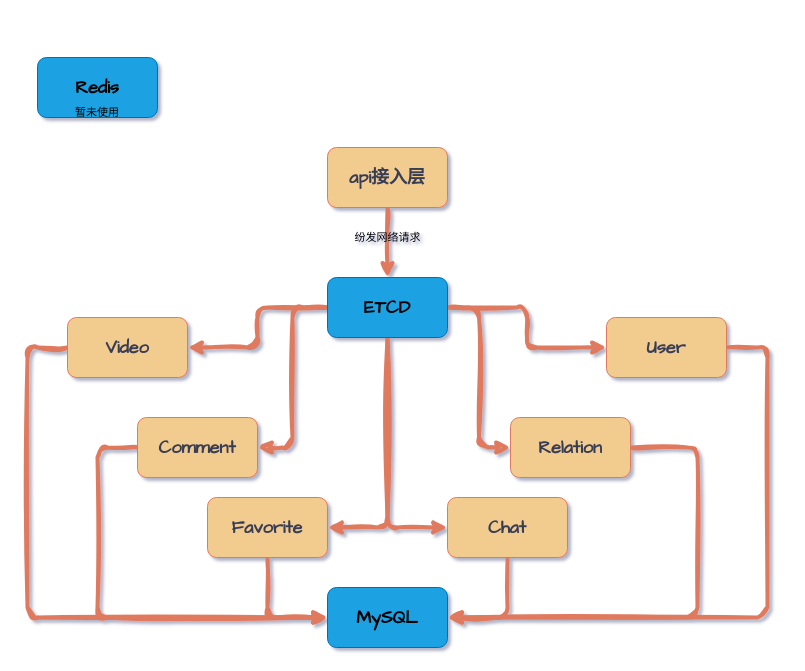
This is draw.io/doumusic架构图.drawio from KeatonLi/pictures, a draw.io file, before an edit. Source tidied: cells renumbered, new cells numbered last; positions are measured from the earlier drawing's top-left corner, leaving out a move shared by most shapes. Both pictures are drawn from the tidied source at 100%, with x=0, y=0 at pixel (27, 57).
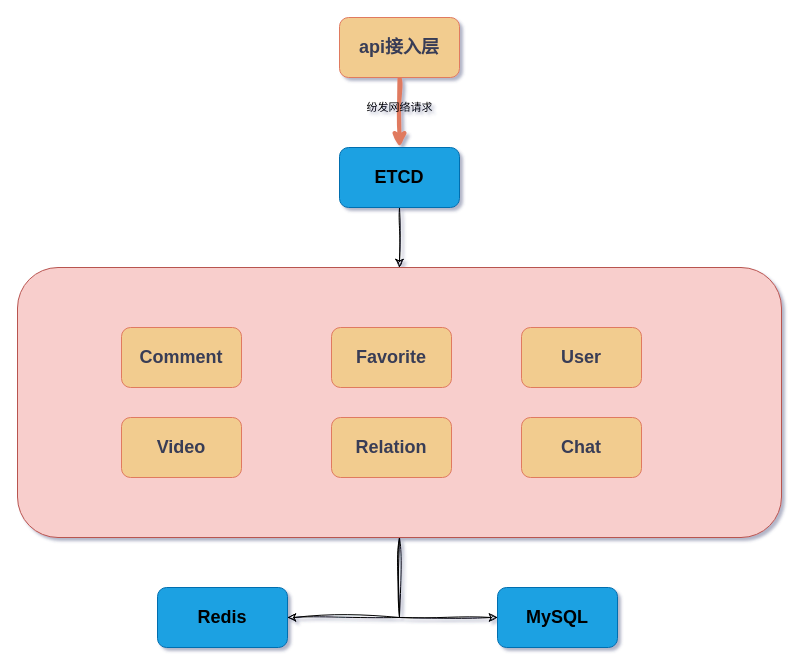
Above is the later version.

Commit message:
更新doumusic架构图.drawio

Change to the diagram source:
```diff
@@
+    <mxCell id="26" style="edgeStyle=orthogonalEdgeStyle;rounded=0;sketch=1;hachureGap=4;jiggle=2;curveFitting=1;jettySize=auto;html=1;entryX=1;entryY=0.5;entryDx=0;entryDy=0;fontFamily=Helvetica;fontSize=16;" parent="1" edge="1" source="28" target="24">
+      <mxGeometry relative="1" as="geometry" />
+    </mxCell>
+    <mxCell id="27" style="edgeStyle=orthogonalEdgeStyle;rounded=0;sketch=1;hachureGap=4;jiggle=2;curveFitting=1;jettySize=auto;html=1;entryX=0;entryY=0.5;entryDx=0;entryDy=0;fontFamily=Helvetica;fontSize=16;" parent="1" edge="1" source="28" target="17">
+      <mxGeometry relative="1" as="geometry" />
+    </mxCell>
+    <mxCell id="28" style="rounded=1;whiteSpace=wrap;html=1;hachureGap=4;fontFamily=Helvetica;fontSize=20;fillColor=#f8cecc;strokeColor=#b85450;" parent="1" vertex="1">
+      <mxGeometry x="-10" y="210" width="764" height="270" as="geometry" />
+    </mxCell>
@@
-    <mxCell id="3" value="&lt;h2&gt;&lt;font face=&quot;Architects Daughter&quot;&gt;api接入层&lt;/font&gt;&lt;/h2&gt;" style="rounded=1;whiteSpace=wrap;html=1;strokeColor=#E07A5F;fontFamily=Verdana;fontColor=#393C56;fillColor=#F2CC8F;labelBorderColor=none;" parent="1" vertex="1">
-      <mxGeometry x="300" y="90" width="120" height="60" as="geometry" />
+    <mxCell id="3" value="&lt;h2&gt;&lt;font&gt;api接入层&lt;/font&gt;&lt;/h2&gt;" style="rounded=1;whiteSpace=wrap;html=1;strokeColor=#E07A5F;fontFamily=Helvetica;fontColor=#393C56;fillColor=#F2CC8F;labelBorderColor=none;" parent="1" vertex="1">
+      <mxGeometry x="312" y="-40" width="120" height="60" as="geometry" />
     </mxCell>
-    <mxCell id="4" style="edgeStyle=orthogonalEdgeStyle;rounded=1;jettySize=auto;html=1;entryX=1;entryY=0.5;entryDx=0;entryDy=0;strokeColor=#E07A5F;strokeWidth=4;fontFamily=Architects Daughter;fontColor=#000000;fillColor=#F2CC8F;labelBorderColor=none;labelBackgroundColor=none;sketch=1;curveFitting=1;jiggle=2;" parent="1" edge="1" source="10" target="12">
-      <mxGeometry relative="1" as="geometry" />
-    </mxCell>
-    <mxCell id="5" style="edgeStyle=orthogonalEdgeStyle;rounded=1;jettySize=auto;html=1;entryX=1;entryY=0.5;entryDx=0;entryDy=0;strokeColor=#E07A5F;strokeWidth=4;fontFamily=Architects Daughter;fontColor=#000000;fillColor=#F2CC8F;labelBorderColor=none;labelBackgroundColor=none;sketch=1;curveFitting=1;jiggle=2;" parent="1" edge="1" source="10" target="21">
-      <mxGeometry relative="1" as="geometry" />
-    </mxCell>
-    <mxCell id="6" style="edgeStyle=orthogonalEdgeStyle;rounded=1;jettySize=auto;html=1;entryX=1;entryY=0.5;entryDx=0;entryDy=0;strokeColor=#E07A5F;strokeWidth=4;fontFamily=Architects Daughter;fontColor=#000000;fillColor=#F2CC8F;labelBorderColor=none;labelBackgroundColor=none;sketch=1;curveFitting=1;jiggle=2;" parent="1" edge="1" source="10" target="23">
-      <mxGeometry relative="1" as="geometry" />
-    </mxCell>
-    <mxCell id="7" style="edgeStyle=orthogonalEdgeStyle;rounded=1;jettySize=auto;html=1;entryX=0;entryY=0.5;entryDx=0;entryDy=0;strokeColor=#E07A5F;strokeWidth=4;fontFamily=Architects Daughter;fontColor=#000000;fillColor=#F2CC8F;labelBorderColor=none;labelBackgroundColor=none;sketch=1;curveFitting=1;jiggle=2;" parent="1" edge="1" source="10" target="19">
-      <mxGeometry relative="1" as="geometry" />
-    </mxCell>
-    <mxCell id="8" style="edgeStyle=orthogonalEdgeStyle;rounded=1;jettySize=auto;html=1;strokeColor=#E07A5F;strokeWidth=4;fontFamily=Architects Daughter;fontColor=#000000;fillColor=#F2CC8F;labelBorderColor=none;labelBackgroundColor=none;sketch=1;curveFitting=1;jiggle=2;" parent="1" edge="1" source="10" target="14">
-      <mxGeometry relative="1" as="geometry" />
-    </mxCell>
-    <mxCell id="9" style="edgeStyle=orthogonalEdgeStyle;rounded=1;jettySize=auto;html=1;entryX=0;entryY=0.5;entryDx=0;entryDy=0;strokeColor=#E07A5F;strokeWidth=4;fontFamily=Architects Daughter;fontColor=#000000;fillColor=#F2CC8F;labelBorderColor=none;labelBackgroundColor=none;sketch=1;curveFitting=1;jiggle=2;" parent="1" edge="1" source="10" target="16">
-      <mxGeometry relative="1" as="geometry" />
-    </mxCell>
+    <mxCell id="29" style="edgeStyle=orthogonalEdgeStyle;rounded=0;sketch=1;hachureGap=4;jiggle=2;curveFitting=1;jettySize=auto;html=1;entryX=0.5;entryY=0;entryDx=0;entryDy=0;fontFamily=Helvetica;fontSize=16;" parent="1" edge="1" source="10" target="28">
+      <mxGeometry relative="1" as="geometry" />
+    </mxCell>
-    <mxCell id="10" value="&lt;h2&gt;&lt;font color=&quot;#000000&quot;&gt;ETCD&lt;/font&gt;&lt;/h2&gt;" style="rounded=1;whiteSpace=wrap;html=1;strokeColor=#006EAF;fontFamily=Architects Daughter;fontColor=#ffffff;fillColor=#1ba1e2;labelBorderColor=none;" parent="1" vertex="1">
-      <mxGeometry x="300" y="220" width="120" height="60" as="geometry" />
+    <mxCell id="10" value="&lt;h2&gt;&lt;font color=&quot;#000000&quot;&gt;ETCD&lt;/font&gt;&lt;/h2&gt;" style="rounded=1;whiteSpace=wrap;html=1;strokeColor=#006EAF;fontFamily=Helvetica;fontColor=#ffffff;fillColor=#1ba1e2;labelBorderColor=none;" parent="1" vertex="1">
+      <mxGeometry x="312" y="90" width="120" height="60" as="geometry" />
     </mxCell>
-    <mxCell id="11" style="edgeStyle=orthogonalEdgeStyle;shape=connector;rounded=1;jettySize=auto;html=1;labelBackgroundColor=none;labelBorderColor=none;strokeColor=#E07A5F;strokeWidth=4;fontFamily=Architects Daughter;fontSize=11;fontColor=#000000;endArrow=classic;fillColor=#F2CC8F;entryX=0;entryY=0.5;entryDx=0;entryDy=0;sketch=1;curveFitting=1;jiggle=2;" parent="1" edge="1" source="12" target="17">
-      <mxGeometry relative="1" as="geometry">
-        <Array as="points">
-          <mxPoint y="290" />
-          <mxPoint y="560" />
-        </Array>
-      </mxGeometry>
-    </mxCell>
-    <mxCell id="12" value="&lt;h2&gt;Video&lt;/h2&gt;" style="rounded=1;whiteSpace=wrap;html=1;strokeColor=#E07A5F;fontFamily=Architects Daughter;fontColor=#393C56;fillColor=#F2CC8F;labelBorderColor=none;" parent="1" vertex="1">
-      <mxGeometry x="40" y="260" width="120" height="60" as="geometry" />
+    <mxCell id="12" value="&lt;h2&gt;Video&lt;/h2&gt;" style="rounded=1;whiteSpace=wrap;html=1;strokeColor=#E07A5F;fontFamily=Helvetica;fontColor=#393C56;fillColor=#F2CC8F;labelBorderColor=none;" parent="1" vertex="1">
+      <mxGeometry x="94" y="360" width="120" height="60" as="geometry" />
     </mxCell>
-    <mxCell id="13" style="edgeStyle=orthogonalEdgeStyle;shape=connector;rounded=1;jettySize=auto;html=1;labelBackgroundColor=none;labelBorderColor=none;strokeColor=#E07A5F;strokeWidth=4;fontFamily=Architects Daughter;fontSize=11;fontColor=#000000;endArrow=classic;fillColor=#F2CC8F;entryX=1;entryY=0.5;entryDx=0;entryDy=0;sketch=1;curveFitting=1;jiggle=2;" parent="1" edge="1" source="14" target="17">
-      <mxGeometry relative="1" as="geometry">
-        <Array as="points">
-          <mxPoint x="740" y="290" />
-          <mxPoint x="740" y="560" />
-        </Array>
-      </mxGeometry>
-    </mxCell>
-    <mxCell id="14" value="&lt;h2&gt;User&lt;/h2&gt;" style="rounded=1;whiteSpace=wrap;html=1;strokeColor=#E07A5F;fontFamily=Architects Daughter;fontColor=#393C56;fillColor=#F2CC8F;labelBorderColor=none;" parent="1" vertex="1">
-      <mxGeometry x="579" y="260" width="120" height="60" as="geometry" />
+    <mxCell id="14" value="&lt;h2&gt;User&lt;/h2&gt;" style="rounded=1;whiteSpace=wrap;html=1;strokeColor=#E07A5F;fontFamily=Helvetica;fontColor=#393C56;fillColor=#F2CC8F;labelBorderColor=none;" parent="1" vertex="1">
+      <mxGeometry x="494" y="270" width="120" height="60" as="geometry" />
     </mxCell>
-    <mxCell id="15" style="edgeStyle=orthogonalEdgeStyle;shape=connector;rounded=1;jettySize=auto;html=1;labelBackgroundColor=none;labelBorderColor=none;strokeColor=#E07A5F;strokeWidth=4;fontFamily=Architects Daughter;fontSize=11;fontColor=#000000;endArrow=classic;fillColor=#F2CC8F;entryX=1;entryY=0.5;entryDx=0;entryDy=0;sketch=1;curveFitting=1;jiggle=2;" parent="1" edge="1" source="16" target="17">
-      <mxGeometry relative="1" as="geometry">
-        <Array as="points">
-          <mxPoint x="670" y="390" />
-          <mxPoint x="670" y="560" />
-        </Array>
-      </mxGeometry>
-    </mxCell>
-    <mxCell id="16" value="&lt;h2&gt;Relation&lt;/h2&gt;" style="rounded=1;whiteSpace=wrap;html=1;strokeColor=#E07A5F;fontFamily=Architects Daughter;fontColor=#393C56;fillColor=#F2CC8F;labelBorderColor=none;" parent="1" vertex="1">
-      <mxGeometry x="483" y="360" width="120" height="60" as="geometry" />
+    <mxCell id="16" value="&lt;h2&gt;Relation&lt;/h2&gt;" style="rounded=1;whiteSpace=wrap;html=1;strokeColor=#E07A5F;fontFamily=Helvetica;fontColor=#393C56;fillColor=#F2CC8F;labelBorderColor=none;" parent="1" vertex="1">
+      <mxGeometry x="304" y="360" width="120" height="60" as="geometry" />
     </mxCell>
-    <mxCell id="17" value="&lt;h2&gt;&lt;font color=&quot;#000000&quot;&gt;MySQL&lt;/font&gt;&lt;/h2&gt;" style="rounded=1;whiteSpace=wrap;html=1;strokeColor=#006EAF;fontFamily=Architects Daughter;fontColor=#ffffff;fillColor=#1ba1e2;labelBorderColor=none;" parent="1" vertex="1">
-      <mxGeometry x="300" y="530" width="120" height="60" as="geometry" />
+    <mxCell id="17" value="&lt;h2&gt;&lt;font color=&quot;#000000&quot;&gt;MySQL&lt;/font&gt;&lt;/h2&gt;" style="rounded=1;whiteSpace=wrap;html=1;strokeColor=#006EAF;fontFamily=Helvetica;fontColor=#ffffff;fillColor=#1ba1e2;labelBorderColor=none;" parent="1" vertex="1">
+      <mxGeometry x="470" y="530" width="120" height="60" as="geometry" />
     </mxCell>
-    <mxCell id="18" style="edgeStyle=orthogonalEdgeStyle;shape=connector;rounded=1;jettySize=auto;html=1;entryX=1;entryY=0.5;entryDx=0;entryDy=0;labelBackgroundColor=none;labelBorderColor=none;strokeColor=#E07A5F;strokeWidth=4;fontFamily=Architects Daughter;fontSize=11;fontColor=#000000;endArrow=classic;fillColor=#F2CC8F;sketch=1;curveFitting=1;jiggle=2;" parent="1" edge="1" source="19" target="17">
-      <mxGeometry relative="1" as="geometry" />
-    </mxCell>
-    <mxCell id="19" value="&lt;h2&gt;Chat&lt;/h2&gt;" style="rounded=1;whiteSpace=wrap;html=1;strokeColor=#E07A5F;fontFamily=Architects Daughter;fontColor=#393C56;fillColor=#F2CC8F;labelBorderColor=none;" parent="1" vertex="1">
-      <mxGeometry x="420" y="440" width="120" height="60" as="geometry" />
+    <mxCell id="19" value="&lt;h2&gt;Chat&lt;/h2&gt;" style="rounded=1;whiteSpace=wrap;html=1;strokeColor=#E07A5F;fontFamily=Helvetica;fontColor=#393C56;fillColor=#F2CC8F;labelBorderColor=none;" parent="1" vertex="1">
+      <mxGeometry x="494" y="360" width="120" height="60" as="geometry" />
     </mxCell>
-    <mxCell id="20" style="edgeStyle=orthogonalEdgeStyle;shape=connector;rounded=1;jettySize=auto;html=1;labelBackgroundColor=none;labelBorderColor=none;strokeColor=#E07A5F;strokeWidth=4;fontFamily=Architects Daughter;fontSize=11;fontColor=#000000;endArrow=classic;fillColor=#F2CC8F;entryX=0;entryY=0.5;entryDx=0;entryDy=0;sketch=1;curveFitting=1;jiggle=2;" parent="1" edge="1" source="21" target="17">
-      <mxGeometry relative="1" as="geometry">
-        <Array as="points">
-          <mxPoint x="70" y="390" />
-          <mxPoint x="70" y="560" />
-        </Array>
-      </mxGeometry>
-    </mxCell>
-    <mxCell id="21" value="&lt;h2&gt;Comment&lt;/h2&gt;" style="rounded=1;whiteSpace=wrap;html=1;strokeColor=#E07A5F;fontFamily=Architects Daughter;fontColor=#393C56;fillColor=#F2CC8F;labelBorderColor=none;" parent="1" vertex="1">
-      <mxGeometry x="110" y="360" width="120" height="60" as="geometry" />
+    <mxCell id="21" value="&lt;h2&gt;Comment&lt;/h2&gt;" style="rounded=1;whiteSpace=wrap;html=1;strokeColor=#E07A5F;fontFamily=Helvetica;fontColor=#393C56;fillColor=#F2CC8F;labelBorderColor=none;" parent="1" vertex="1">
+      <mxGeometry x="94" y="270" width="120" height="60" as="geometry" />
     </mxCell>
-    <mxCell id="22" style="edgeStyle=orthogonalEdgeStyle;shape=connector;rounded=1;jettySize=auto;html=1;entryX=0;entryY=0.5;entryDx=0;entryDy=0;labelBackgroundColor=none;labelBorderColor=none;strokeColor=#E07A5F;strokeWidth=4;fontFamily=Architects Daughter;fontSize=11;fontColor=#000000;endArrow=classic;fillColor=#F2CC8F;sketch=1;curveFitting=1;jiggle=2;" parent="1" edge="1" source="23" target="17">
-      <mxGeometry relative="1" as="geometry" />
-    </mxCell>
-    <mxCell id="23" value="&lt;h2&gt;Favorite&lt;/h2&gt;" style="rounded=1;whiteSpace=wrap;html=1;strokeColor=#E07A5F;fontFamily=Architects Daughter;fontColor=#393C56;fillColor=#F2CC8F;labelBorderColor=none;" parent="1" vertex="1">
-      <mxGeometry x="180" y="440" width="120" height="60" as="geometry" />
+    <mxCell id="23" value="&lt;h2&gt;Favorite&lt;/h2&gt;" style="rounded=1;whiteSpace=wrap;html=1;strokeColor=#E07A5F;fontFamily=Helvetica;fontColor=#393C56;fillColor=#F2CC8F;labelBorderColor=none;" parent="1" vertex="1">
+      <mxGeometry x="304" y="270" width="120" height="60" as="geometry" />
     </mxCell>
-    <mxCell id="24" value="&lt;h2&gt;&lt;font color=&quot;#000000&quot;&gt;Redis&lt;/font&gt;&lt;/h2&gt;" style="rounded=1;whiteSpace=wrap;html=1;strokeColor=#006EAF;fontFamily=Architects Daughter;fontColor=#ffffff;fillColor=#1ba1e2;labelBorderColor=none;" parent="1" vertex="1">
-      <mxGeometry x="10" width="120" height="60" as="geometry" />
+    <mxCell id="24" value="&lt;h2&gt;&lt;font color=&quot;#000000&quot;&gt;Redis&lt;/font&gt;&lt;/h2&gt;" style="rounded=1;whiteSpace=wrap;html=1;strokeColor=#006EAF;fontFamily=Helvetica;fontColor=#ffffff;fillColor=#1ba1e2;labelBorderColor=none;" parent="1" vertex="1">
+      <mxGeometry x="130" y="530" width="130" height="60" as="geometry" />
     </mxCell>
-    <mxCell id="25" value="暂未使用" style="text;html=1;strokeColor=none;fillColor=none;align=center;verticalAlign=middle;whiteSpace=wrap;rounded=0;fontSize=11;fontFamily=Architects Daughter;fontColor=#000000;" parent="1" vertex="1">
-      <mxGeometry x="40" y="40" width="60" height="30" as="geometry" />
-    </mxCell>
```
